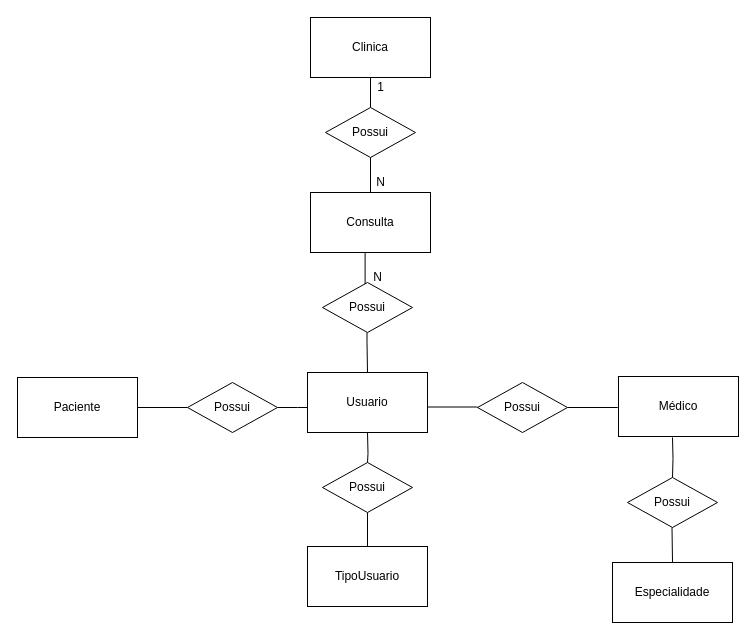
Henrique-Santana/BancoDados-MER-SQL keeps this draw.io diagram as page "conceitual" (1 of 2) of Project_spmedgruop/Modelagem_spmedgroup.drawio. Above is the earlier version. Source tidied: cells renumbered, new cells numbered last; positions are measured from the earlier drawing's top-left corner, leaving out a move shared by most shapes. Both pictures are drawn from the tidied source at 100%, with x=0, y=0 at pixel (17, 17).
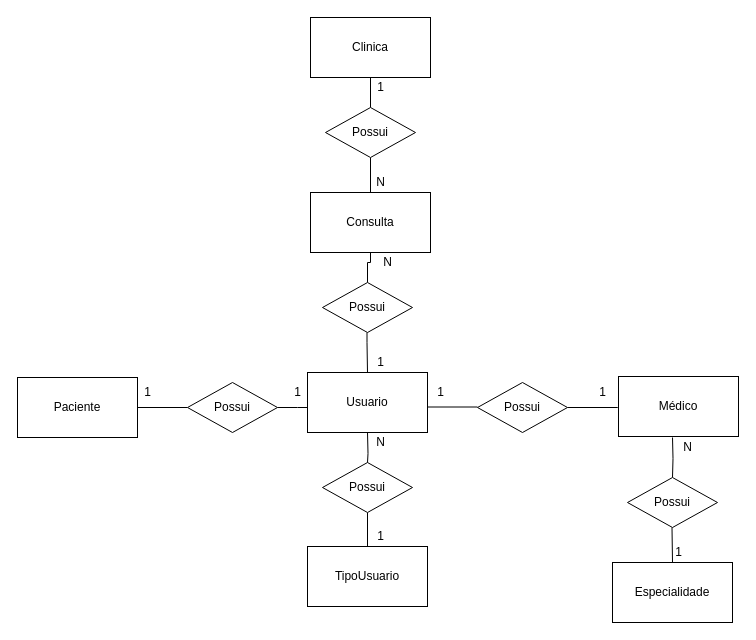
Above is the later version.

The change refers to these unchanged cells:
```xml
<mxCell id="12" value="Consulta" style="rounded=0;whiteSpace=wrap;html=1;" parent="1" vertex="1">
  <mxGeometry x="293" y="175" width="120" height="60" as="geometry" />
</mxCell>
<mxCell id="19" value="Possui" style="rhombus;whiteSpace=wrap;html=1;" parent="1" vertex="1">
  <mxGeometry x="305" y="265" width="90" height="50" as="geometry" />
</mxCell>
```

The edit, as a diff of the source:
```diff
@@
-    <mxCell id="2" style="edgeStyle=orthogonalEdgeStyle;rounded=0;jettySize=auto;html=1;entryX=-0.12;entryY=0.92;entryDx=0;entryDy=0;endArrow=none;endFill=0;entryPerimeter=0;" parent="1" edge="1" target="29">
-      <mxGeometry relative="1" as="geometry">
-        <mxPoint x="350" y="210" as="sourcePoint" />
-      </mxGeometry>
-    </mxCell>
@@
+    <mxCell id="30" style="edgeStyle=orthogonalEdgeStyle;rounded=0;jettySize=auto;html=1;endArrow=none;endFill=0;" parent="1" edge="1" source="19" target="12">
+      <mxGeometry relative="1" as="geometry" />
+    </mxCell>
@@
-    <mxCell id="29" value="N" style="text;html=1;align=center;verticalAlign=middle;points=[];" parent="1" vertex="1">
-      <mxGeometry x="350" y="250" width="20" height="20" as="geometry" />
-    </mxCell>
+    <mxCell id="31" value="N" style="text;html=1;align=center;verticalAlign=middle;" parent="1" vertex="1">
+      <mxGeometry x="360" y="235" width="20" height="20" as="geometry" />
+    </mxCell>
+    <mxCell id="32" value="1" style="text;html=1;align=center;verticalAlign=middle;" parent="1" vertex="1">
+      <mxGeometry x="353" y="335" width="20" height="20" as="geometry" />
+    </mxCell>
+    <mxCell id="33" value="1" style="text;html=1;align=center;verticalAlign=middle;" parent="1" vertex="1">
+      <mxGeometry x="413" y="365" width="20" height="20" as="geometry" />
+    </mxCell>
+    <mxCell id="34" value="1" style="text;html=1;align=center;verticalAlign=middle;" parent="1" vertex="1">
+      <mxGeometry x="575" y="365" width="20" height="20" as="geometry" />
+    </mxCell>
+    <mxCell id="35" value="1" style="text;html=1;align=center;verticalAlign=middle;" parent="1" vertex="1">
+      <mxGeometry x="270" y="365" width="20" height="20" as="geometry" />
+    </mxCell>
+    <mxCell id="36" value="1" style="text;html=1;align=center;verticalAlign=middle;" parent="1" vertex="1">
+      <mxGeometry x="120" y="365" width="20" height="20" as="geometry" />
+    </mxCell>
+    <mxCell id="37" value="1" style="text;html=1;align=center;verticalAlign=middle;" parent="1" vertex="1">
+      <mxGeometry x="353" y="509" width="20" height="20" as="geometry" />
+    </mxCell>
+    <mxCell id="38" value="N" style="text;html=1;align=center;verticalAlign=middle;" parent="1" vertex="1">
+      <mxGeometry x="353" y="415" width="20" height="20" as="geometry" />
+    </mxCell>
+    <mxCell id="39" value="1" style="text;html=1;align=center;verticalAlign=middle;" parent="1" vertex="1">
+      <mxGeometry x="651" y="525" width="20" height="20" as="geometry" />
+    </mxCell>
+    <mxCell id="40" value="N" style="text;html=1;align=center;verticalAlign=middle;" parent="1" vertex="1">
+      <mxGeometry x="660" y="420" width="20" height="20" as="geometry" />
+    </mxCell>
```
